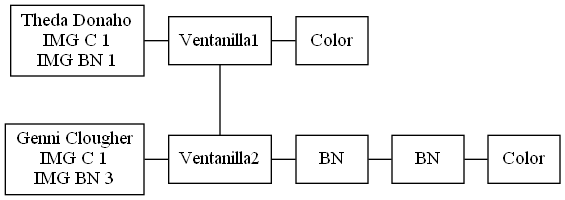
This is Fase1/listaVentanillas.png from d-acetun/simulacion-sistema-impresion-de-imagenes, a Graphviz export, as it was before one commit. Its source is kept beside it as Fase1/listaVentanillas.dot.
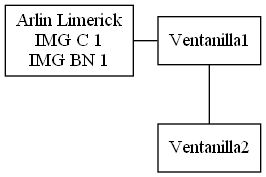
After the change.

The edit, as a diff of the source:
```diff
@@ -2,25 +2,10 @@
 node[shape=box]
 edge[arrowhead=none]
 0 [label=Ventanilla1]
-1 [label="Theda Donaho\nIMG C 1\nIMG BN 1"]
-2[label=Color]
-3 [label=Ventanilla2]
-4 [label="Genni Clougher\nIMG C 1\nIMG BN 3"]
-5[label=BN]
-6[label=BN]
-7[label=Color]
+1 [label="Arlin Limerick\nIMG C 1\nIMG BN 1"]
+2 [label=Ventanilla2]
 1->0
 0->2
-0->3
-4->3
-3->5
-5->6
-6->7
 {rank=same; 1; 0}
-{rank=same; 0; 2}
-{rank=same; 4; 3}
-{rank=same; 3; 5}
-{rank=same; 5; 6}
-{rank=same; 6; 7}
 rankdir=TB
 }
```
